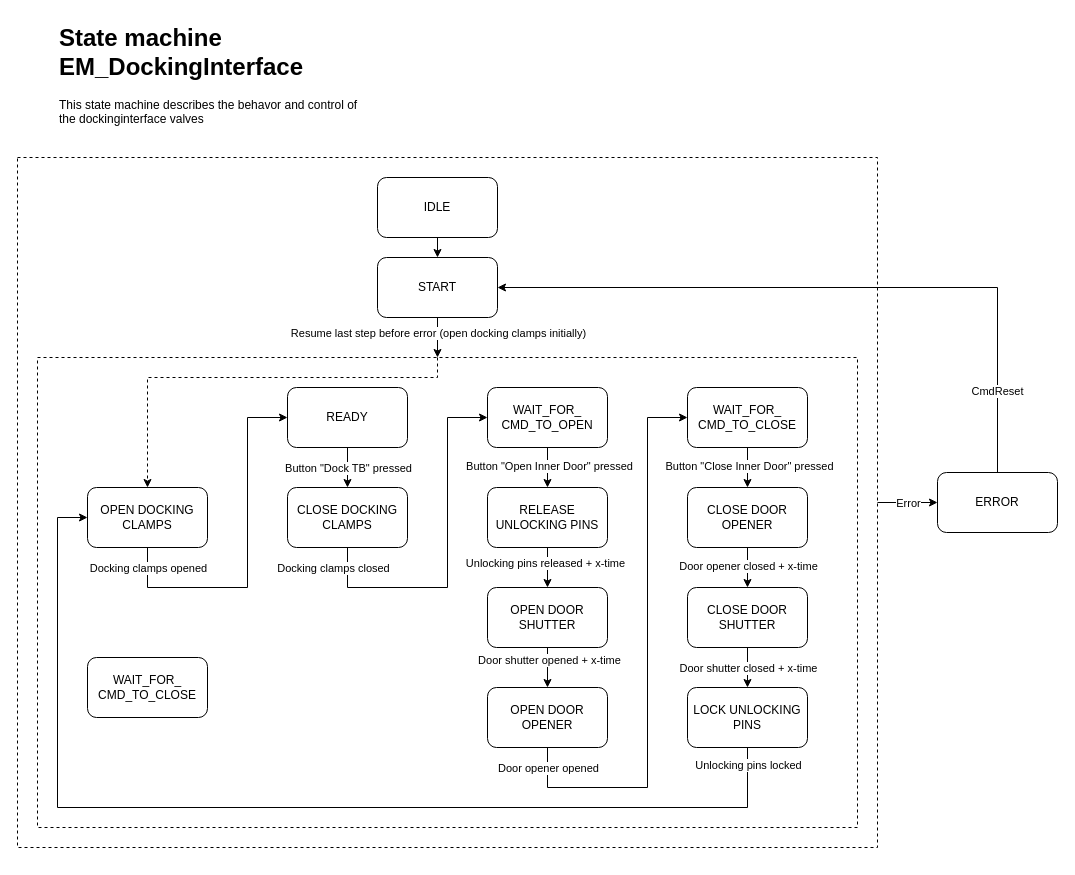
Above: page "EM_DockingInterface" (6 of 6) of Documentation/StateMachine and Sequence Diagrams.drawio in KMWE/KMWE_CleanroomConnect (draw.io), before the change. Source tidied: cells renumbered, new cells numbered last; positions are measured from the earlier drawing's top-left corner, leaving out a move shared by most shapes. Both pictures are drawn from the tidied source at 100%, with x=0, y=0 at pixel (17, 17).
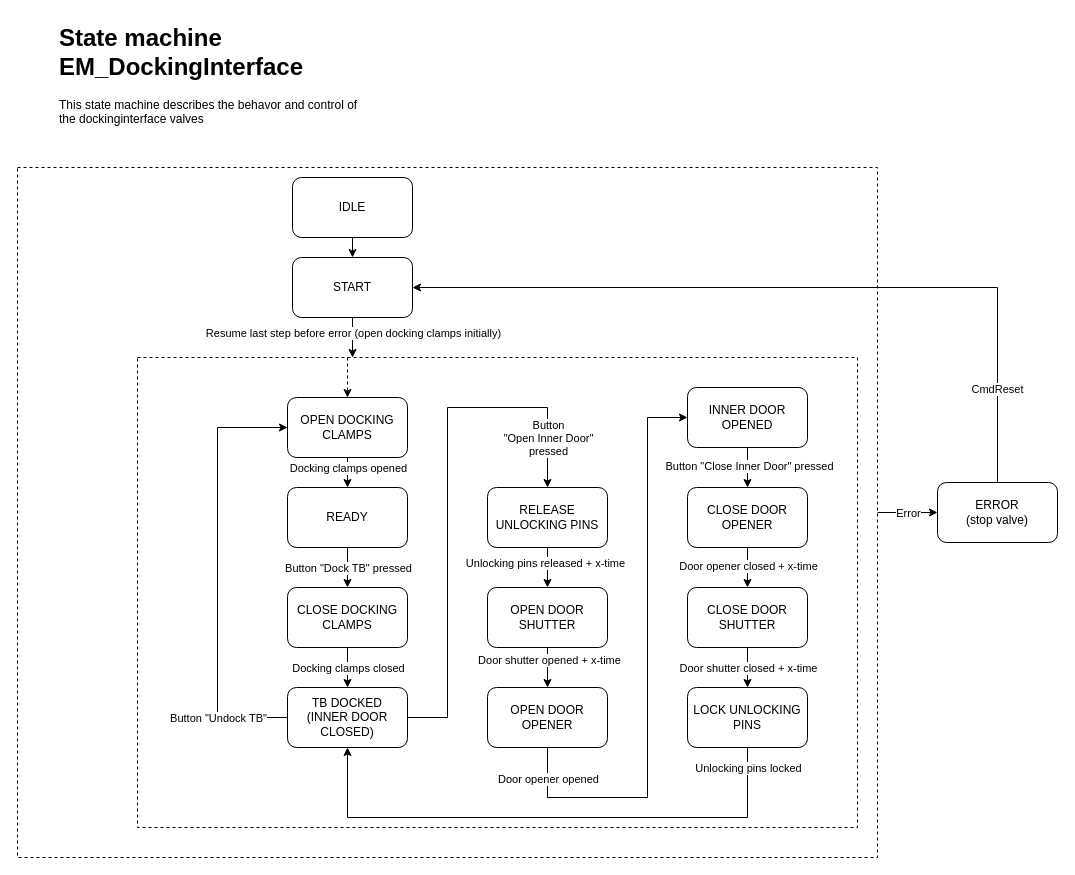
After the change.

Unchanged cells that the change refers to:
```xml
<mxCell id="8" value="RELEASE UNLOCKING PINS" style="rounded=1;whiteSpace=wrap;html=1;" parent="1" vertex="1">
  <mxGeometry x="470" y="470" width="120" height="60" as="geometry" />
</mxCell>
<mxCell id="10" value="OPEN DOOR OPENER" style="rounded=1;whiteSpace=wrap;html=1;" parent="1" vertex="1">
  <mxGeometry x="470" y="670" width="120" height="60" as="geometry" />
</mxCell>
<mxCell id="13" value="LOCK UNLOCKING PINS" style="rounded=1;whiteSpace=wrap;html=1;" parent="1" vertex="1">
  <mxGeometry x="670" y="670" width="120" height="60" as="geometry" />
</mxCell>
```

The edit, as a diff of the source:
```diff
@@
+    <mxCell id="3" style="rounded=0;whiteSpace=wrap;html=1;fillColor=none;dashed=1;" parent="1" vertex="1">
+      <mxGeometry y="150" width="860" height="690" as="geometry" />
+    </mxCell>
     <mxCell id="2" style="rounded=0;whiteSpace=wrap;html=1;fillColor=none;dashed=1;" parent="1" vertex="1">
-      <mxGeometry x="20" y="340" width="820" height="470" as="geometry" />
+      <mxGeometry x="120" y="340" width="720" height="470" as="geometry" />
     </mxCell>
-    <mxCell id="3" style="rounded=0;whiteSpace=wrap;html=1;fillColor=none;dashed=1;" parent="1" vertex="1">
-      <mxGeometry y="140" width="860" height="690" as="geometry" />
-    </mxCell>
@@
     <mxCell id="5" value="IDLE" style="rounded=1;whiteSpace=wrap;html=1;" parent="1" vertex="1">
-      <mxGeometry x="360" y="160" width="120" height="60" as="geometry" />
+      <mxGeometry x="275" y="160" width="120" height="60" as="geometry" />
     </mxCell>
     <mxCell id="6" value="OPEN DOCKING CLAMPS" style="rounded=1;whiteSpace=wrap;html=1;" parent="1" vertex="1">
-      <mxGeometry x="70" y="470" width="120" height="60" as="geometry" />
+      <mxGeometry x="270" y="380" width="120" height="60" as="geometry" />
     </mxCell>
     <mxCell id="7" value="CLOSE DOCKING CLAMPS" style="rounded=1;whiteSpace=wrap;html=1;" parent="1" vertex="1">
-      <mxGeometry x="270" y="470" width="120" height="60" as="geometry" />
+      <mxGeometry x="270" y="570" width="120" height="60" as="geometry" />
     </mxCell>
@@
     <mxCell id="14" style="endArrow=classic;html=1;rounded=0;exitX=0.5;exitY=1;exitDx=0;exitDy=0;edgeStyle=orthogonalEdgeStyle;" parent="1" edge="1" source="47">
       <mxGeometry relative="1" as="geometry">
-        <mxPoint x="420" y="340" as="targetPoint" />
+        <mxPoint x="335" y="340" as="targetPoint" />
       </mxGeometry>
     </mxCell>
@@
-    <mxCell id="18" style="endArrow=classic;html=1;rounded=0;exitX=0.5;exitY=1;exitDx=0;exitDy=0;entryX=0;entryY=0.5;entryDx=0;entryDy=0;edgeStyle=orthogonalEdgeStyle;" parent="1" edge="1" source="7" target="32">
+    <mxCell id="18" style="endArrow=classic;html=1;rounded=0;exitX=0.5;exitY=1;exitDx=0;exitDy=0;edgeStyle=orthogonalEdgeStyle;" parent="1" edge="1" source="7" target="32">
       <mxGeometry relative="1" as="geometry">
         <Array as="points">
-          <mxPoint x="330" y="570" />
-          <mxPoint x="430" y="570" />
-          <mxPoint x="430" y="400" />
+          <mxPoint x="330" y="690" />
+          <mxPoint x="330" y="690" />
         </Array>
       </mxGeometry>
     </mxCell>
     <mxCell id="19" value="Docking clamps closed" style="edgeLabel;html=1;align=center;verticalAlign=middle;" parent="18" vertex="1">
       <mxGeometry x="-0.3" y="1" relative="1" as="geometry">
-        <mxPoint x="-97" y="-19" as="offset" />
+        <mxPoint x="-1" y="6" as="offset" />
       </mxGeometry>
     </mxCell>
@@
     <mxCell id="24" style="endArrow=classic;html=1;rounded=0;exitX=0.5;exitY=1;exitDx=0;exitDy=0;entryX=0;entryY=0.5;entryDx=0;entryDy=0;edgeStyle=orthogonalEdgeStyle;" parent="1" edge="1" source="10" target="37">
       <mxGeometry relative="1" as="geometry">
         <Array as="points">
-          <mxPoint x="530" y="770" />
-          <mxPoint x="630" y="770" />
+          <mxPoint x="530" y="780" />
+          <mxPoint x="630" y="780" />
           <mxPoint x="630" y="400" />
         </Array>
       </mxGeometry>
     </mxCell>
@@
-    <mxCell id="30" style="endArrow=classic;html=1;rounded=0;entryX=0;entryY=0.5;entryDx=0;entryDy=0;exitX=0.5;exitY=1;exitDx=0;exitDy=0;edgeStyle=orthogonalEdgeStyle;" parent="1" edge="1" source="13" target="6">
+    <mxCell id="30" style="endArrow=classic;html=1;rounded=0;entryX=0.5;entryY=1;entryDx=0;entryDy=0;exitX=0.5;exitY=1;exitDx=0;exitDy=0;edgeStyle=orthogonalEdgeStyle;" parent="1" edge="1" source="13" target="32">
       <mxGeometry relative="1" as="geometry">
         <Array as="points">
-          <mxPoint x="730" y="790" />
-          <mxPoint x="40" y="790" />
-          <mxPoint x="40" y="500" />
+          <mxPoint x="730" y="800" />
+          <mxPoint x="330" y="800" />
         </Array>
       </mxGeometry>
     </mxCell>
     <mxCell id="31" value="Unlocking pins locked" style="edgeLabel;html=1;align=center;verticalAlign=middle;" parent="30" vertex="1">
       <mxGeometry x="-0.95" y="-1" relative="1" as="geometry">
-        <mxPoint x="1" y="-10" as="offset" />
+        <mxPoint x="1" y="6" as="offset" />
       </mxGeometry>
     </mxCell>
-    <mxCell id="32" value="WAIT_FOR_&lt;div&gt;CMD_TO_OPEN&lt;/div&gt;" style="rounded=1;whiteSpace=wrap;html=1;" parent="1" vertex="1">
-      <mxGeometry x="470" y="370" width="120" height="60" as="geometry" />
+    <mxCell id="32" value="TB DOCKED&lt;div&gt;(INNER DOOR&lt;/div&gt;&lt;div&gt;CLOSED)&lt;/div&gt;" style="rounded=1;whiteSpace=wrap;html=1;" parent="1" vertex="1">
+      <mxGeometry x="270" y="670" width="120" height="60" as="geometry" />
     </mxCell>
@@
-    <mxCell id="35" style="endArrow=classic;html=1;rounded=0;exitX=0.5;exitY=1;exitDx=0;exitDy=0;entryX=0.5;entryY=0;entryDx=0;entryDy=0;" parent="1" edge="1" source="32" target="8">
-      <mxGeometry relative="1" as="geometry" />
+    <mxCell id="35" style="endArrow=classic;html=1;rounded=0;exitX=1;exitY=0.5;exitDx=0;exitDy=0;edgeStyle=orthogonalEdgeStyle;" parent="1" edge="1" source="32">
+      <mxGeometry relative="1" as="geometry">
+        <mxPoint x="530" y="470" as="targetPoint" />
+        <Array as="points">
+          <mxPoint x="430" y="700" />
+          <mxPoint x="430" y="390" />
+          <mxPoint x="530" y="390" />
+        </Array>
+      </mxGeometry>
     </mxCell>
-    <mxCell id="36" value="Button &quot;Open Inner Door&quot; pressed" style="edgeLabel;html=1;align=center;verticalAlign=middle;" parent="35" vertex="1">
-      <mxGeometry x="-0.1" y="1" relative="1" as="geometry" />
+    <mxCell id="36" value="Button&lt;div&gt;&quot;Open Inner Door&quot;&lt;/div&gt;&lt;div&gt;pressed&lt;/div&gt;" style="edgeLabel;html=1;align=center;verticalAlign=middle;" parent="35" vertex="1">
+      <mxGeometry x="-0.1" y="1" relative="1" as="geometry">
+        <mxPoint x="101" y="-81" as="offset" />
+      </mxGeometry>
     </mxCell>
-    <mxCell id="37" value="WAIT_FOR_&lt;div&gt;CMD_TO_CLOSE&lt;/div&gt;" style="rounded=1;whiteSpace=wrap;html=1;" parent="1" vertex="1">
+    <mxCell id="37" value="INNER DOOR&lt;div&gt;OPENED&lt;/div&gt;" style="rounded=1;whiteSpace=wrap;html=1;" parent="1" vertex="1">
       <mxGeometry x="670" y="370" width="120" height="60" as="geometry" />
     </mxCell>
     <mxCell id="38" value="READY" style="rounded=1;whiteSpace=wrap;html=1;" parent="1" vertex="1">
-      <mxGeometry x="270" y="370" width="120" height="60" as="geometry" />
+      <mxGeometry x="270" y="470" width="120" height="60" as="geometry" />
     </mxCell>
-    <mxCell id="39" style="endArrow=classic;html=1;rounded=0;exitX=0.5;exitY=1;exitDx=0;exitDy=0;edgeStyle=orthogonalEdgeStyle;entryX=0;entryY=0.5;entryDx=0;entryDy=0;" parent="1" edge="1" source="6" target="38">
+    <mxCell id="39" style="endArrow=classic;html=1;rounded=0;exitX=0.5;exitY=1;exitDx=0;exitDy=0;edgeStyle=orthogonalEdgeStyle;entryX=0.5;entryY=0;entryDx=0;entryDy=0;" parent="1" edge="1" source="6" target="38">
       <mxGeometry relative="1" as="geometry">
         <Array as="points">
-          <mxPoint x="130" y="570" />
-          <mxPoint x="230" y="570" />
-          <mxPoint x="230" y="400" />
+          <mxPoint x="330" y="460" />
+          <mxPoint x="330" y="460" />
         </Array>
       </mxGeometry>
     </mxCell>
     <mxCell id="40" value="Docking clamps opened" style="edgeLabel;html=1;align=center;verticalAlign=middle;" parent="39" vertex="1">
       <mxGeometry x="-0.3" y="1" relative="1" as="geometry">
-        <mxPoint x="-82" y="-19" as="offset" />
+        <mxPoint x="-1" y="-1" as="offset" />
       </mxGeometry>
     </mxCell>
-    <mxCell id="41" value="ERROR" style="rounded=1;whiteSpace=wrap;html=1;" parent="1" vertex="1">
-      <mxGeometry x="920" y="455" width="120" height="60" as="geometry" />
+    <mxCell id="41" value="ERROR&lt;div&gt;(stop valve)&lt;/div&gt;" style="rounded=1;whiteSpace=wrap;html=1;" parent="1" vertex="1">
+      <mxGeometry x="920" y="465" width="120" height="60" as="geometry" />
     </mxCell>
@@
     <mxCell id="46" style="endArrow=classic;html=1;rounded=0;entryX=0.5;entryY=0;entryDx=0;entryDy=0;edgeStyle=orthogonalEdgeStyle;dashed=1;" parent="1" edge="1" target="6">
       <mxGeometry relative="1" as="geometry">
-        <mxPoint x="420" y="340" as="sourcePoint" />
+        <mxPoint x="330" y="340" as="sourcePoint" />
         <Array as="points">
-          <mxPoint x="420" y="360" />
-          <mxPoint x="130" y="360" />
+          <mxPoint x="330" y="340" />
         </Array>
       </mxGeometry>
     </mxCell>
     <mxCell id="47" value="START" style="rounded=1;whiteSpace=wrap;html=1;" parent="1" vertex="1">
-      <mxGeometry x="360" y="240" width="120" height="60" as="geometry" />
+      <mxGeometry x="275" y="240" width="120" height="60" as="geometry" />
     </mxCell>
@@
-    <mxCell id="49" value="WAIT_FOR_&lt;div&gt;CMD_TO_CLOSE&lt;/div&gt;" style="rounded=1;whiteSpace=wrap;html=1;" parent="1" vertex="1">
-      <mxGeometry x="70" y="640" width="120" height="60" as="geometry" />
-    </mxCell>
+    <mxCell id="50" style="endArrow=classic;html=1;rounded=0;edgeStyle=orthogonalEdgeStyle;entryX=0;entryY=0.5;entryDx=0;entryDy=0;exitX=0;exitY=0.5;exitDx=0;exitDy=0;" parent="1" edge="1" source="32" target="6">
+      <mxGeometry relative="1" as="geometry">
+        <Array as="points">
+          <mxPoint x="200" y="700" />
+          <mxPoint x="200" y="410" />
+        </Array>
+      </mxGeometry>
+    </mxCell>
+    <mxCell id="51" value="Button &quot;Undock TB&quot;" style="edgeLabel;html=1;align=center;verticalAlign=middle;" parent="50" vertex="1">
+      <mxGeometry x="-0.3" y="1" relative="1" as="geometry">
+        <mxPoint x="1" y="81" as="offset" />
+      </mxGeometry>
+    </mxCell>
```
